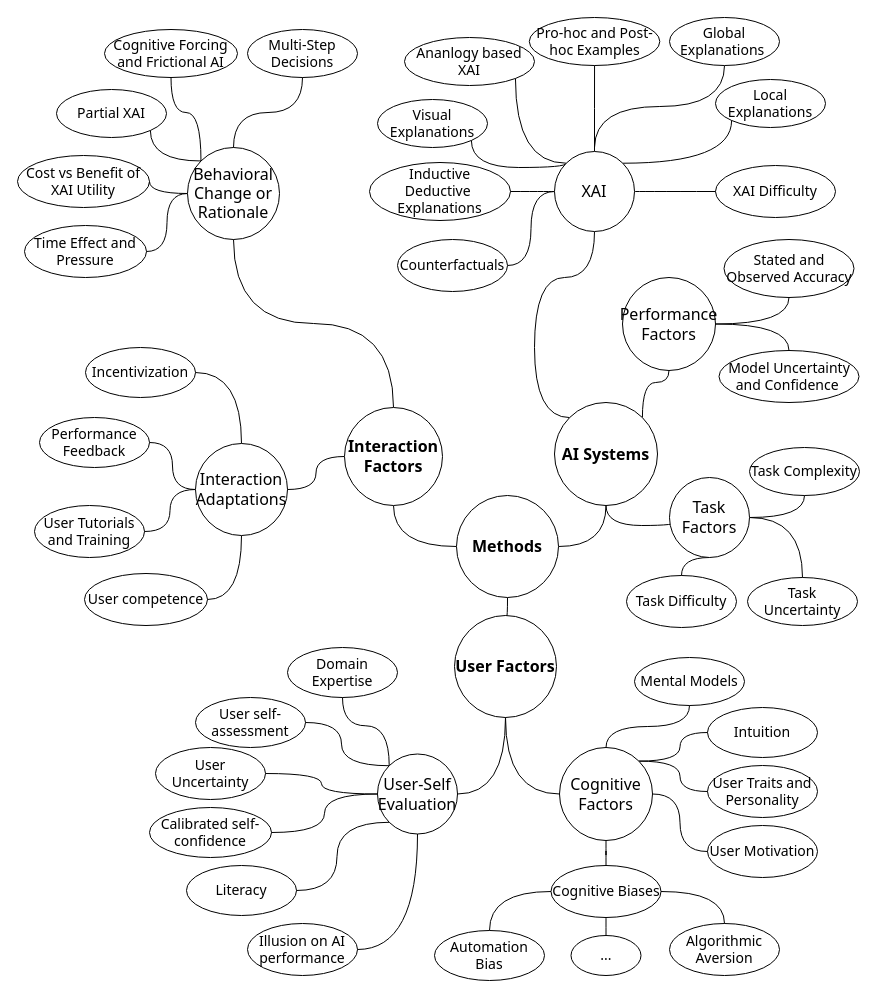
Above: ext/chi-rev-method-overview.drawio in raeeschaudhary/Coursera_Exams (draw.io), before the change. Source tidied: cells renumbered, new cells numbered last; positions are measured from the earlier drawing's top-left corner, leaving out a move shared by most shapes. Both pictures are drawn from the tidied source at 100%, with x=0, y=0 at pixel (17, 17).
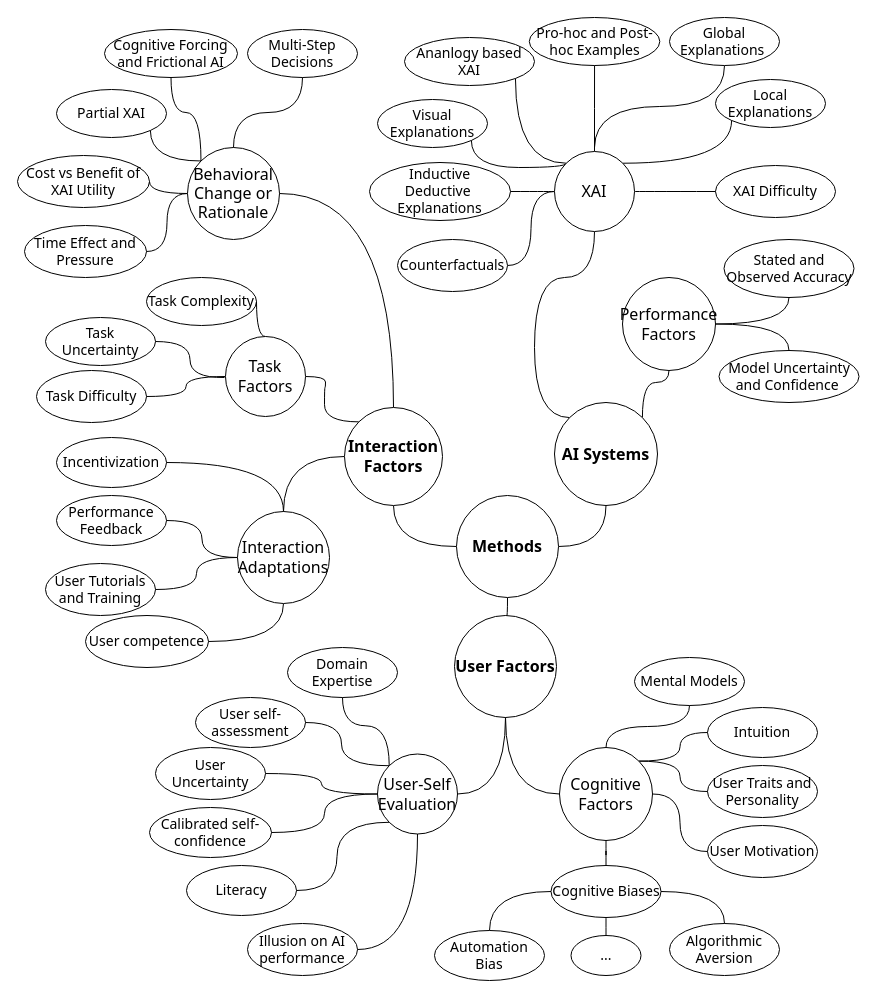
Above is the later version.

Unchanged cells that the change refers to:
```xml
<mxCell id="41" value="AI Systems" style="ellipse;whiteSpace=wrap;html=1;fontFamily=Tahoma;fontSize=16;fontStyle=1;" parent="1" vertex="1">
  <mxGeometry x="537" y="385" width="103" height="103" as="geometry" />
</mxCell>
<mxCell id="70" value="Behavioral Change or Rationale" style="ellipse;whiteSpace=wrap;html=1;fontFamily=Tahoma;fontSize=16;" parent="1" vertex="1">
  <mxGeometry x="170" y="130" width="92" height="92" as="geometry" />
</mxCell>
<mxCell id="85" value="Interaction Factors" style="ellipse;whiteSpace=wrap;html=1;fontFamily=Tahoma;fontSize=16;fontStyle=1;" parent="1" vertex="1">
  <mxGeometry x="327" y="390" width="98" height="98" as="geometry" />
</mxCell>
```

What changed in the source:
```diff
@@
     <mxCell id="2" value="Performance Feedback" style="ellipse;whiteSpace=wrap;html=1;fontFamily=Tahoma;fontSize=14;" parent="1" vertex="1">
-      <mxGeometry x="22" y="400" width="110" height="50" as="geometry" />
+      <mxGeometry x="39" y="478" width="110" height="50" as="geometry" />
     </mxCell>
     <mxCell id="3" value="Incentivization" style="ellipse;whiteSpace=wrap;html=1;fontFamily=Tahoma;fontSize=14;" parent="1" vertex="1">
-      <mxGeometry x="68" y="330" width="110" height="50" as="geometry" />
+      <mxGeometry x="39" y="420" width="110" height="50" as="geometry" />
     </mxCell>
@@
     <mxCell id="10" value="User Tutorials and Training" style="ellipse;whiteSpace=wrap;html=1;fontFamily=Tahoma;fontSize=14;" parent="1" vertex="1">
-      <mxGeometry x="17" y="488" width="110" height="52" as="geometry" />
+      <mxGeometry x="28" y="546" width="110" height="52" as="geometry" />
     </mxCell>
     <mxCell id="11" value="Task Difficulty" style="ellipse;whiteSpace=wrap;html=1;fontFamily=Tahoma;fontSize=14;" parent="1" vertex="1">
-      <mxGeometry x="609" y="558" width="110" height="52" as="geometry" />
+      <mxGeometry x="19" y="353" width="110" height="52" as="geometry" />
     </mxCell>
@@
     <mxCell id="24" value="User competence" style="ellipse;whiteSpace=wrap;html=1;fontFamily=Tahoma;fontSize=14;" parent="1" vertex="1">
-      <mxGeometry x="67" y="556" width="123" height="52" as="geometry" />
+      <mxGeometry x="68" y="598" width="123" height="52" as="geometry" />
     </mxCell>
@@
     <mxCell id="34" value="Task Complexity" style="ellipse;whiteSpace=wrap;html=1;fontFamily=Tahoma;fontSize=14;" parent="1" vertex="1">
-      <mxGeometry x="732" y="430" width="110" height="48" as="geometry" />
+      <mxGeometry x="129" y="260" width="110" height="48" as="geometry" />
     </mxCell>
     <mxCell id="35" value="Task Uncertainty" style="ellipse;whiteSpace=wrap;html=1;fontFamily=Tahoma;fontSize=14;" parent="1" vertex="1">
-      <mxGeometry x="730" y="560" width="110" height="48" as="geometry" />
+      <mxGeometry x="28" y="300" width="110" height="48" as="geometry" />
     </mxCell>
@@
-    <mxCell id="38" style="edgeStyle=orthogonalEdgeStyle;shape=connector;curved=1;rounded=0;jettySize=auto;html=1;exitX=0.5;exitY=1;exitDx=0;exitDy=0;entryX=0;entryY=0.5;entryDx=0;entryDy=0;strokeColor=default;align=center;verticalAlign=middle;fontFamily=Helvetica;fontSize=11;fontColor=default;labelBackgroundColor=default;endArrow=none;endFill=0;" parent="1" edge="1" source="41" target="74">
+    <mxCell id="38" style="edgeStyle=orthogonalEdgeStyle;shape=connector;curved=1;rounded=0;jettySize=auto;html=1;exitX=0;exitY=0;exitDx=0;exitDy=0;entryX=1;entryY=0.5;entryDx=0;entryDy=0;strokeColor=default;align=center;verticalAlign=middle;fontFamily=Helvetica;fontSize=11;fontColor=default;labelBackgroundColor=default;endArrow=none;endFill=0;" parent="1" edge="1" source="85" target="74">
       <mxGeometry relative="1" as="geometry" />
     </mxCell>
@@
     <mxCell id="65" value="Interaction Adaptations" style="ellipse;whiteSpace=wrap;html=1;fontFamily=Tahoma;fontSize=16;" parent="1" vertex="1">
-      <mxGeometry x="178" y="426" width="92" height="92" as="geometry" />
+      <mxGeometry x="220" y="494" width="92" height="92" as="geometry" />
     </mxCell>
@@
-    <mxCell id="71" style="edgeStyle=orthogonalEdgeStyle;shape=connector;curved=1;rounded=0;jettySize=auto;html=1;exitX=1;exitY=0.5;exitDx=0;exitDy=0;strokeColor=default;align=center;verticalAlign=middle;fontFamily=Helvetica;fontSize=11;fontColor=default;labelBackgroundColor=default;endArrow=none;endFill=0;" parent="1" edge="1" source="74" target="34">
+    <mxCell id="71" style="edgeStyle=orthogonalEdgeStyle;shape=connector;curved=1;rounded=0;jettySize=auto;html=1;exitX=0.5;exitY=0;exitDx=0;exitDy=0;strokeColor=default;align=center;verticalAlign=middle;fontFamily=Helvetica;fontSize=11;fontColor=default;labelBackgroundColor=default;endArrow=none;endFill=0;entryX=1;entryY=0.5;entryDx=0;entryDy=0;" parent="1" edge="1" source="74" target="34">
       <mxGeometry relative="1" as="geometry" />
     </mxCell>
-    <mxCell id="72" style="edgeStyle=orthogonalEdgeStyle;shape=connector;curved=1;rounded=0;jettySize=auto;html=1;exitX=1;exitY=0.5;exitDx=0;exitDy=0;entryX=0.5;entryY=0;entryDx=0;entryDy=0;strokeColor=default;align=center;verticalAlign=middle;fontFamily=Helvetica;fontSize=11;fontColor=default;labelBackgroundColor=default;endArrow=none;endFill=0;" parent="1" edge="1" source="74" target="35">
-      <mxGeometry relative="1" as="geometry" />
+    <mxCell id="72" style="edgeStyle=orthogonalEdgeStyle;shape=connector;curved=1;rounded=0;jettySize=auto;html=1;entryX=1;entryY=0.5;entryDx=0;entryDy=0;strokeColor=default;align=center;verticalAlign=middle;fontFamily=Helvetica;fontSize=11;fontColor=default;labelBackgroundColor=default;endArrow=none;endFill=0;" parent="1" edge="1" target="35">
+      <mxGeometry relative="1" as="geometry">
+        <mxPoint x="207" y="360" as="sourcePoint" />
+      </mxGeometry>
     </mxCell>
-    <mxCell id="73" style="edgeStyle=orthogonalEdgeStyle;shape=connector;curved=1;rounded=0;jettySize=auto;html=1;exitX=0.5;exitY=1;exitDx=0;exitDy=0;entryX=0.5;entryY=0;entryDx=0;entryDy=0;strokeColor=default;align=center;verticalAlign=middle;fontFamily=Helvetica;fontSize=11;fontColor=default;labelBackgroundColor=default;endArrow=none;endFill=0;" parent="1" edge="1" source="74" target="11">
+    <mxCell id="73" style="edgeStyle=orthogonalEdgeStyle;shape=connector;curved=1;rounded=0;jettySize=auto;html=1;exitX=0;exitY=0.5;exitDx=0;exitDy=0;entryX=1;entryY=0.5;entryDx=0;entryDy=0;strokeColor=default;align=center;verticalAlign=middle;fontFamily=Helvetica;fontSize=11;fontColor=default;labelBackgroundColor=default;endArrow=none;endFill=0;" parent="1" edge="1" source="74" target="11">
       <mxGeometry relative="1" as="geometry" />
     </mxCell>
     <mxCell id="74" value="Task Factors" style="ellipse;whiteSpace=wrap;html=1;fontFamily=Tahoma;fontSize=16;" parent="1" vertex="1">
-      <mxGeometry x="652" y="460" width="80" height="80" as="geometry" />
+      <mxGeometry x="208" y="319" width="80" height="80" as="geometry" />
     </mxCell>
@@
-    <mxCell id="84" style="edgeStyle=orthogonalEdgeStyle;shape=connector;curved=1;rounded=0;jettySize=auto;html=1;exitX=0.5;exitY=0;exitDx=0;exitDy=0;entryX=0.5;entryY=1;entryDx=0;entryDy=0;strokeColor=default;align=center;verticalAlign=middle;fontFamily=Helvetica;fontSize=11;fontColor=default;labelBackgroundColor=default;endArrow=none;endFill=0;" parent="1" edge="1" source="85" target="70">
+    <mxCell id="84" style="edgeStyle=orthogonalEdgeStyle;shape=connector;curved=1;rounded=0;jettySize=auto;html=1;exitX=0.5;exitY=0;exitDx=0;exitDy=0;entryX=1;entryY=0.5;entryDx=0;entryDy=0;strokeColor=default;align=center;verticalAlign=middle;fontFamily=Helvetica;fontSize=11;fontColor=default;labelBackgroundColor=default;endArrow=none;endFill=0;" parent="1" edge="1" source="85" target="70">
       <mxGeometry relative="1" as="geometry" />
     </mxCell>
```
